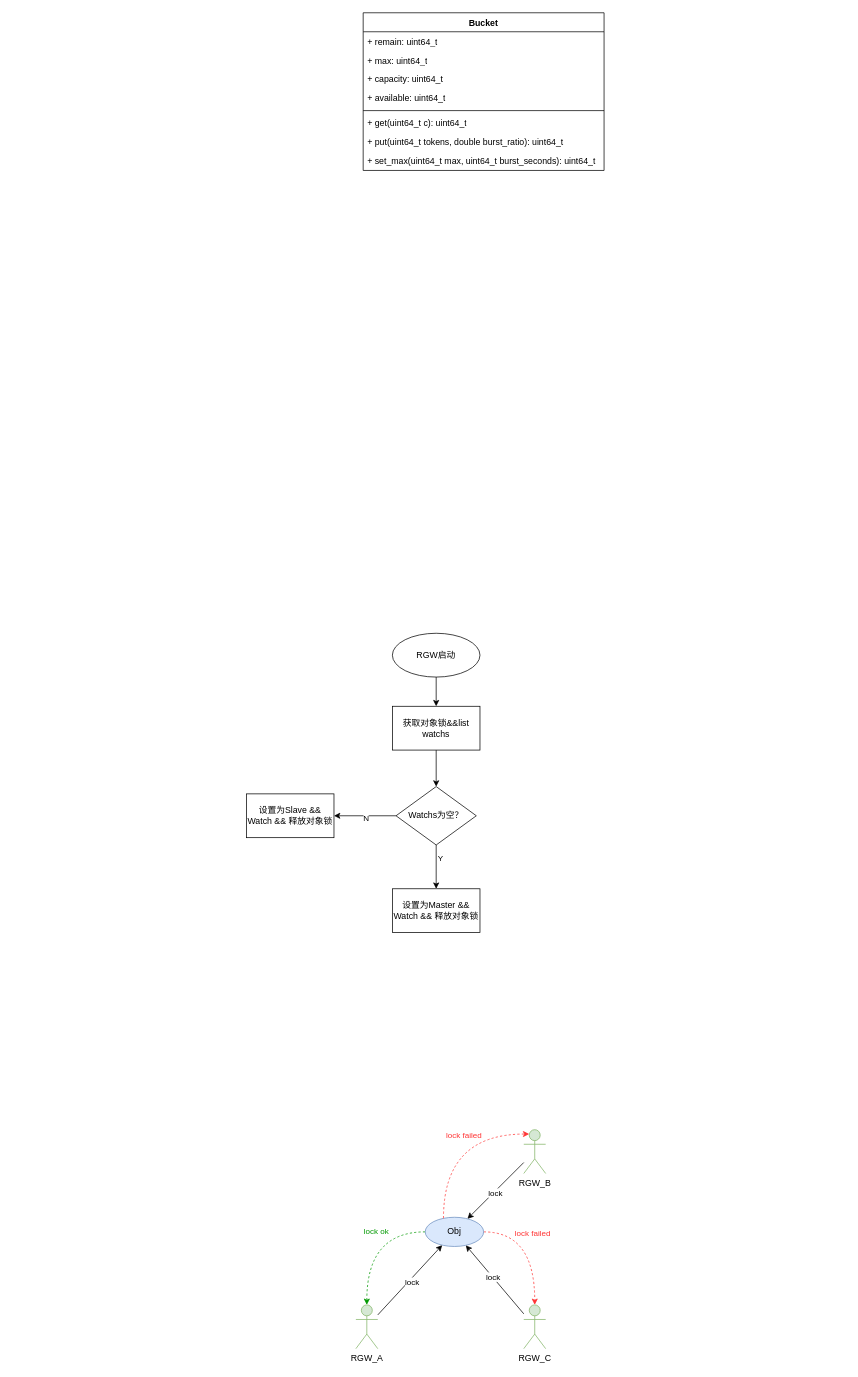
Before: page "QoS" (9 of 10) of leveldb.drawio in liutimo/images_bed, a draw.io diagram. Source tidied: cells renumbered, new cells numbered last; positions are measured from the earlier drawing's top-left corner, leaving out a move shared by most shapes. Both pictures are drawn from the tidied source at 73%, with x=0, y=0 at pixel (246, 12).
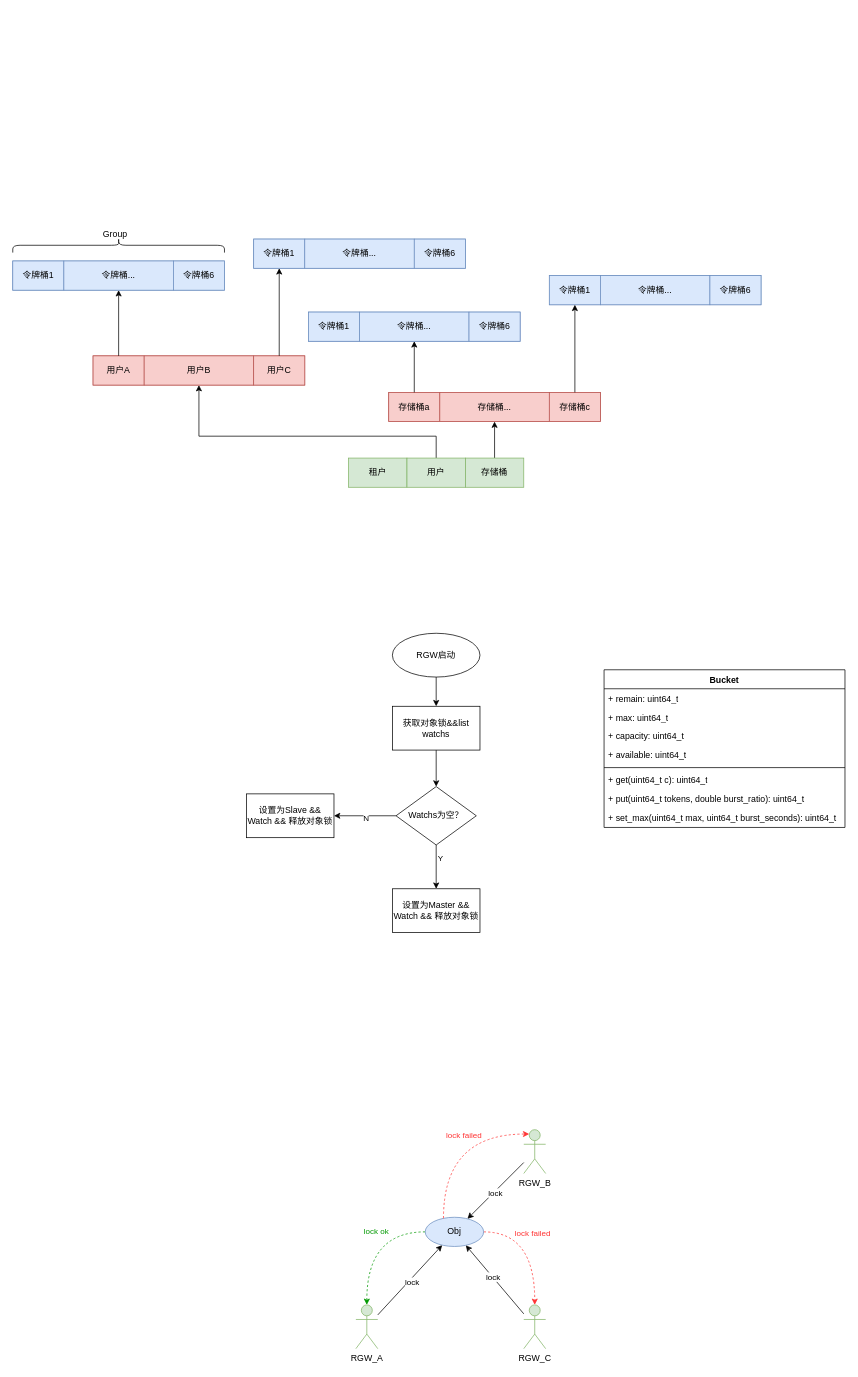
The same diagram, later.

Change to the diagram source:
```diff
@@
     <mxCell id="2" value="&lt;b&gt;Bucket&lt;/b&gt;" style="swimlane;fontStyle=1;align=center;verticalAlign=top;horizontal=1;startSize=26;whiteSpace=wrap;html=1;" parent="1" vertex="1">
-      <mxGeometry x="160" width="330" height="216" as="geometry" />
+      <mxGeometry x="490" y="900" width="330" height="216" as="geometry" />
     </mxCell>
@@
+    <mxCell id="38" value="租户" style="rounded=0;whiteSpace=wrap;html=1;fillColor=#d5e8d4;strokeColor=#82b366;" parent="1" vertex="1">
+      <mxGeometry x="140" y="610" width="80" height="40" as="geometry" />
+    </mxCell>
+    <mxCell id="39" style="edgeStyle=orthogonalEdgeStyle;rounded=0;jettySize=auto;html=1;" parent="1" edge="1" source="40" target="60">
+      <mxGeometry relative="1" as="geometry">
+        <Array as="points">
+          <mxPoint x="260" y="580" />
+          <mxPoint x="-65" y="580" />
+        </Array>
+      </mxGeometry>
+    </mxCell>
+    <mxCell id="40" value="用户" style="rounded=0;whiteSpace=wrap;html=1;fillColor=#d5e8d4;strokeColor=#82b366;" parent="1" vertex="1">
+      <mxGeometry x="220" y="610" width="80" height="40" as="geometry" />
+    </mxCell>
+    <mxCell id="41" style="edgeStyle=orthogonalEdgeStyle;rounded=0;jettySize=auto;html=1;" parent="1" edge="1" source="42" target="46">
+      <mxGeometry relative="1" as="geometry" />
+    </mxCell>
+    <mxCell id="42" value="存储桶" style="rounded=0;whiteSpace=wrap;html=1;fillColor=#d5e8d4;strokeColor=#82b366;" parent="1" vertex="1">
+      <mxGeometry x="300" y="610" width="80" height="40" as="geometry" />
+    </mxCell>
+    <mxCell id="43" style="group;" parent="1" vertex="1">
+      <mxGeometry x="85" y="360" width="620" height="200" as="geometry" />
+    </mxCell>
+    <mxCell id="44" style="group;fillColor=#f8cecc;strokeColor=#b85450;" parent="43" vertex="1">
+      <mxGeometry x="110" y="160" width="290" height="40" as="geometry" />
+    </mxCell>
+    <mxCell id="45" value="存储桶a" style="rounded=0;whiteSpace=wrap;html=1;fillColor=#f8cecc;strokeColor=#b85450;" parent="44" vertex="1">
+      <mxGeometry width="70" height="40" as="geometry" />
+    </mxCell>
+    <mxCell id="46" value="存储桶..." style="rounded=0;whiteSpace=wrap;html=1;fillColor=#f8cecc;strokeColor=#b85450;" parent="44" vertex="1">
+      <mxGeometry x="70" width="150" height="40" as="geometry" />
+    </mxCell>
+    <mxCell id="47" value="存储桶c" style="rounded=0;whiteSpace=wrap;html=1;fillColor=#f8cecc;strokeColor=#b85450;" parent="44" vertex="1">
+      <mxGeometry x="220" width="70" height="40" as="geometry" />
+    </mxCell>
+    <mxCell id="48" style="group;fillColor=#dae8fc;strokeColor=#6c8ebf;" parent="43" vertex="1">
+      <mxGeometry x="330" width="290" height="40" as="geometry" />
+    </mxCell>
+    <mxCell id="49" value="令牌桶1" style="rounded=0;whiteSpace=wrap;html=1;fillColor=#dae8fc;strokeColor=#6c8ebf;" parent="48" vertex="1">
+      <mxGeometry width="70" height="40" as="geometry" />
+    </mxCell>
+    <mxCell id="50" value="令牌桶..." style="rounded=0;whiteSpace=wrap;html=1;fillColor=#dae8fc;strokeColor=#6c8ebf;" parent="48" vertex="1">
+      <mxGeometry x="70" width="150" height="40" as="geometry" />
+    </mxCell>
+    <mxCell id="51" value="令牌桶6" style="rounded=0;whiteSpace=wrap;html=1;fillColor=#dae8fc;strokeColor=#6c8ebf;" parent="48" vertex="1">
+      <mxGeometry x="220" width="70" height="40" as="geometry" />
+    </mxCell>
+    <mxCell id="52" style="edgeStyle=orthogonalEdgeStyle;rounded=0;jettySize=auto;html=1;" parent="43" edge="1" source="47" target="49">
+      <mxGeometry relative="1" as="geometry" />
+    </mxCell>
+    <mxCell id="53" style="group;" parent="1" vertex="1">
+      <mxGeometry x="-320" y="310" width="695" height="200" as="geometry" />
+    </mxCell>
+    <mxCell id="54" style="group;fillColor=#dae8fc;strokeColor=#6c8ebf;" parent="53" vertex="1">
+      <mxGeometry y="30" width="290" height="40" as="geometry" />
+    </mxCell>
+    <mxCell id="55" value="令牌桶1" style="rounded=0;whiteSpace=wrap;html=1;fillColor=#dae8fc;strokeColor=#6c8ebf;" parent="54" vertex="1">
+      <mxGeometry width="70" height="40" as="geometry" />
+    </mxCell>
+    <mxCell id="56" value="令牌桶..." style="rounded=0;whiteSpace=wrap;html=1;fillColor=#dae8fc;strokeColor=#6c8ebf;" parent="54" vertex="1">
+      <mxGeometry x="70" width="150" height="40" as="geometry" />
+    </mxCell>
+    <mxCell id="57" value="令牌桶6" style="rounded=0;whiteSpace=wrap;html=1;fillColor=#dae8fc;strokeColor=#6c8ebf;" parent="54" vertex="1">
+      <mxGeometry x="220" width="70" height="40" as="geometry" />
+    </mxCell>
+    <mxCell id="58" style="group;fillColor=#f8cecc;strokeColor=#b85450;" parent="53" vertex="1">
+      <mxGeometry x="110" y="160" width="290" height="40" as="geometry" />
+    </mxCell>
+    <mxCell id="59" value="用户A" style="rounded=0;whiteSpace=wrap;html=1;fillColor=#f8cecc;strokeColor=#b85450;" parent="58" vertex="1">
+      <mxGeometry width="70" height="40" as="geometry" />
+    </mxCell>
+    <mxCell id="60" value="用户B" style="rounded=0;whiteSpace=wrap;html=1;fillColor=#f8cecc;strokeColor=#b85450;" parent="58" vertex="1">
+      <mxGeometry x="70" width="150" height="40" as="geometry" />
+    </mxCell>
+    <mxCell id="61" value="用户C" style="rounded=0;whiteSpace=wrap;html=1;fillColor=#f8cecc;strokeColor=#b85450;" parent="58" vertex="1">
+      <mxGeometry x="220" width="70" height="40" as="geometry" />
+    </mxCell>
+    <mxCell id="62" style="edgeStyle=orthogonalEdgeStyle;rounded=0;jettySize=auto;html=1;exitX=0.5;exitY=0;exitDx=0;exitDy=0;" parent="53" edge="1" source="59" target="56">
+      <mxGeometry relative="1" as="geometry" />
+    </mxCell>
+    <mxCell id="63" style="group;fillColor=#dae8fc;strokeColor=#6c8ebf;" parent="53" vertex="1">
+      <mxGeometry x="330" width="290" height="40" as="geometry" />
+    </mxCell>
+    <mxCell id="64" value="令牌桶1" style="rounded=0;whiteSpace=wrap;html=1;fillColor=#dae8fc;strokeColor=#6c8ebf;" parent="63" vertex="1">
+      <mxGeometry width="70" height="40" as="geometry" />
+    </mxCell>
+    <mxCell id="65" value="令牌桶..." style="rounded=0;whiteSpace=wrap;html=1;fillColor=#dae8fc;strokeColor=#6c8ebf;" parent="63" vertex="1">
+      <mxGeometry x="70" width="150" height="40" as="geometry" />
+    </mxCell>
+    <mxCell id="66" value="令牌桶6" style="rounded=0;whiteSpace=wrap;html=1;fillColor=#dae8fc;strokeColor=#6c8ebf;" parent="63" vertex="1">
+      <mxGeometry x="220" width="70" height="40" as="geometry" />
+    </mxCell>
+    <mxCell id="67" style="edgeStyle=orthogonalEdgeStyle;rounded=0;jettySize=auto;html=1;" parent="53" edge="1" source="61" target="64">
+      <mxGeometry relative="1" as="geometry" />
+    </mxCell>
+    <mxCell id="68" style="group;fillColor=#dae8fc;strokeColor=#6c8ebf;" parent="53" vertex="1">
+      <mxGeometry x="405" y="100" width="290" height="40" as="geometry" />
+    </mxCell>
+    <mxCell id="69" value="令牌桶1" style="rounded=0;whiteSpace=wrap;html=1;fillColor=#dae8fc;strokeColor=#6c8ebf;" parent="68" vertex="1">
+      <mxGeometry width="70" height="40" as="geometry" />
+    </mxCell>
+    <mxCell id="70" value="令牌桶..." style="rounded=0;whiteSpace=wrap;html=1;fillColor=#dae8fc;strokeColor=#6c8ebf;" parent="68" vertex="1">
+      <mxGeometry x="70" width="150" height="40" as="geometry" />
+    </mxCell>
+    <mxCell id="71" value="令牌桶6" style="rounded=0;whiteSpace=wrap;html=1;fillColor=#dae8fc;strokeColor=#6c8ebf;" parent="68" vertex="1">
+      <mxGeometry x="220" width="70" height="40" as="geometry" />
+    </mxCell>
+    <mxCell id="72" style="shape=curlyBracket;whiteSpace=wrap;html=1;rounded=1;labelPosition=left;verticalLabelPosition=middle;align=right;verticalAlign=middle;rotation=90;size=0.5;" parent="53" vertex="1">
+      <mxGeometry x="135" y="-136.5" width="20" height="290" as="geometry" />
+    </mxCell>
+    <mxCell id="73" style="edgeStyle=orthogonalEdgeStyle;rounded=0;jettySize=auto;html=1;exitX=0.5;exitY=0;exitDx=0;exitDy=0;" parent="1" edge="1" source="45" target="70">
+      <mxGeometry relative="1" as="geometry" />
+    </mxCell>
+    <mxCell id="74" value="Group" style="text;html=1;align=center;verticalAlign=middle;strokeColor=none;fillColor=none;" parent="1" vertex="1">
+      <mxGeometry x="-210" y="288" width="60" height="30" as="geometry" />
+    </mxCell>
```
